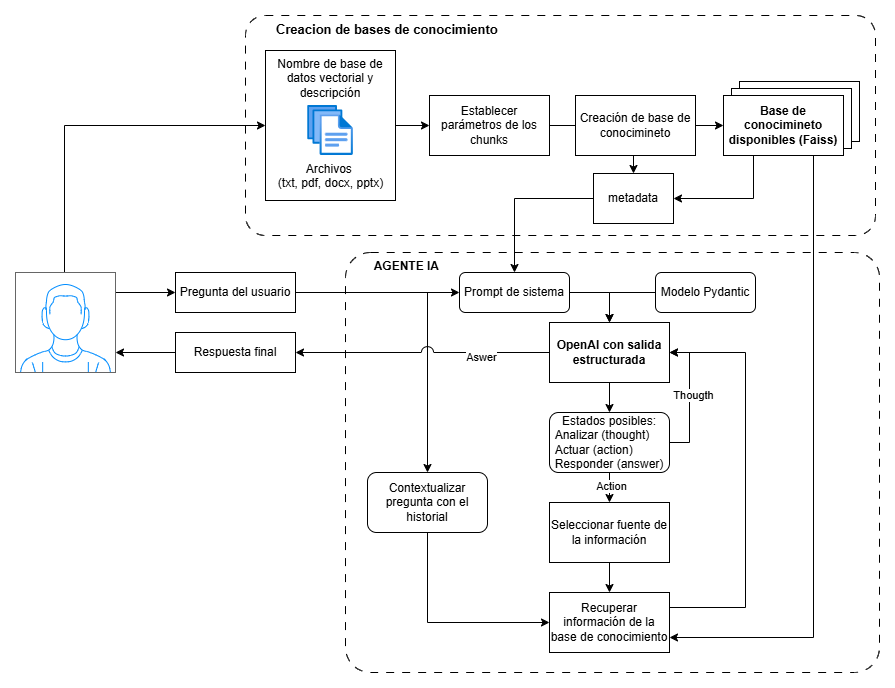
Juaniribet/NLP_II_MIA_FIUBA keeps this draw.io diagram as images/Diagrama_TP_NLPII.drawio.png. Above is the earlier version. Source tidied: cells renumbered, new cells last; positions are measured from the earlier drawing's top-left corner, leaving out a move shared by most shapes. Source of this version:
```xml
<mxGraphModel>
  <root>
    <mxCell id="0" />
    <mxCell id="1" parent="0" />
    <mxCell id="2" value="&lt;b&gt;&lt;font style=&quot;font-size: 13px;&quot;&gt;&lt;span style=&quot;white-space: pre;&quot;&gt;&#9;&lt;/span&gt;Creacion de bases de conocimiento&lt;/font&gt;&lt;/b&gt;" style="rounded=1;whiteSpace=wrap;html=1;dashed=1;dashPattern=8 8;fillColor=none;align=left;verticalAlign=top;arcSize=9;" parent="1" vertex="1">
      <mxGeometry x="230" width="630" height="220" as="geometry" />
    </mxCell>
    <mxCell id="3" style="rounded=0;whiteSpace=wrap;html=1;" parent="1" vertex="1">
      <mxGeometry x="724" y="66" width="120" height="60" as="geometry" />
    </mxCell>
    <mxCell id="4" style="rounded=0;whiteSpace=wrap;html=1;" parent="1" vertex="1">
      <mxGeometry x="716" y="73" width="120" height="60" as="geometry" />
    </mxCell>
    <mxCell id="5" value="&lt;span style=&quot;white-space: pre;&quot;&gt;&#9;&lt;/span&gt;&lt;b&gt;AGENTE IA&lt;/b&gt;" style="rounded=1;whiteSpace=wrap;html=1;dashed=1;dashPattern=8 8;fillColor=none;align=left;verticalAlign=top;arcSize=6;" parent="1" vertex="1">
      <mxGeometry x="330" y="237" width="534" height="420" as="geometry" />
    </mxCell>
    <mxCell id="6" style="edgeStyle=orthogonalEdgeStyle;rounded=0;jettySize=auto;html=1;entryX=0;entryY=0.5;entryDx=0;entryDy=0;exitX=0.49;exitY=0;exitDx=0;exitDy=0;exitPerimeter=0;" parent="1" edge="1" source="8" target="41">
      <mxGeometry relative="1" as="geometry" />
    </mxCell>
    <mxCell id="7" style="edgeStyle=orthogonalEdgeStyle;rounded=0;jettySize=auto;html=1;exitX=0.98;exitY=0.2;exitDx=0;exitDy=0;exitPerimeter=0;" parent="1" edge="1" source="8" target="19">
      <mxGeometry relative="1" as="geometry" />
    </mxCell>
    <mxCell id="8" style="verticalLabelPosition=bottom;shadow=0;dashed=0;align=center;html=1;verticalAlign=top;strokeWidth=1;shape=mxgraph.mockup.containers.userMale;strokeColor=#666666;strokeColor2=#008cff;" parent="1" vertex="1">
      <mxGeometry y="257" width="100" height="100" as="geometry" />
    </mxCell>
    <mxCell id="9" style="edgeStyle=orthogonalEdgeStyle;rounded=0;jettySize=auto;html=1;" parent="1" edge="1" source="41" target="14">
      <mxGeometry relative="1" as="geometry" />
    </mxCell>
    <mxCell id="10" style="edgeStyle=orthogonalEdgeStyle;rounded=0;jettySize=auto;html=1;entryX=1;entryY=0.5;entryDx=0;entryDy=0;exitX=0.25;exitY=1;exitDx=0;exitDy=0;" parent="1" edge="1" source="12" target="16">
      <mxGeometry relative="1" as="geometry" />
    </mxCell>
    <mxCell id="11" style="edgeStyle=orthogonalEdgeStyle;rounded=0;jettySize=auto;html=1;exitX=0.75;exitY=1;exitDx=0;exitDy=0;entryX=1;entryY=0.75;entryDx=0;entryDy=0;" parent="1" edge="1" source="12" target="28">
      <mxGeometry relative="1" as="geometry" />
    </mxCell>
    <mxCell id="12" value="Base de conocimineto&lt;div&gt;disponibles (Faiss)&lt;/div&gt;" style="rounded=0;whiteSpace=wrap;html=1;fontStyle=1;" parent="1" vertex="1">
      <mxGeometry x="708" y="80" width="120" height="60" as="geometry" />
    </mxCell>
    <mxCell id="13" style="edgeStyle=orthogonalEdgeStyle;rounded=0;jettySize=auto;html=1;" parent="1" edge="1" source="14" target="12">
      <mxGeometry relative="1" as="geometry" />
    </mxCell>
    <mxCell id="14" value="&lt;span id=&quot;docs-internal-guid-ed6aaa78-7fff-9d02-b408-c1e861b821a0&quot;&gt;&lt;span style=&quot;font-size: 9pt; font-family: Arial, sans-serif; font-variant-numeric: normal; font-variant-east-asian: normal; font-variant-alternates: normal; font-variant-position: normal; font-variant-emoji: normal; vertical-align: baseline; white-space-collapse: preserve;&quot;&gt;Establecer parámetros de los chunks&lt;/span&gt;&lt;/span&gt;" style="rounded=0;whiteSpace=wrap;html=1;" parent="1" vertex="1">
      <mxGeometry x="414" y="80" width="120" height="60" as="geometry" />
    </mxCell>
    <mxCell id="15" style="edgeStyle=orthogonalEdgeStyle;rounded=0;jettySize=auto;html=1;exitX=0;exitY=0.5;exitDx=0;exitDy=0;" parent="1" edge="1" source="16" target="38">
      <mxGeometry relative="1" as="geometry" />
    </mxCell>
    <mxCell id="16" value="metadata" style="rounded=0;whiteSpace=wrap;html=1;" parent="1" vertex="1">
      <mxGeometry x="578" y="158" width="80" height="50" as="geometry" />
    </mxCell>
    <mxCell id="17" style="edgeStyle=orthogonalEdgeStyle;rounded=0;jettySize=auto;html=1;entryX=0;entryY=0.5;entryDx=0;entryDy=0;" parent="1" edge="1" source="19" target="38">
      <mxGeometry relative="1" as="geometry" />
    </mxCell>
    <mxCell id="18" style="edgeStyle=orthogonalEdgeStyle;rounded=0;jettySize=auto;html=1;entryX=0.5;entryY=0;entryDx=0;entryDy=0;jumpStyle=arc;" parent="1" edge="1" source="19" target="30">
      <mxGeometry relative="1" as="geometry" />
    </mxCell>
    <mxCell id="19" value="Pregunta del usuario" style="rounded=0;whiteSpace=wrap;html=1;" parent="1" vertex="1">
      <mxGeometry x="160" y="257" width="120" height="40" as="geometry" />
    </mxCell>
    <mxCell id="20" style="edgeStyle=orthogonalEdgeStyle;rounded=0;jettySize=auto;html=1;" parent="1" edge="1" source="24" target="26">
      <mxGeometry relative="1" as="geometry" />
    </mxCell>
    <mxCell id="21" value="Action" style="edgeLabel;html=1;align=center;verticalAlign=middle;" parent="20" vertex="1">
      <mxGeometry x="0.32" y="1" relative="1" as="geometry" />
    </mxCell>
    <mxCell id="22" style="edgeStyle=orthogonalEdgeStyle;rounded=0;jettySize=auto;html=1;entryX=1;entryY=0.5;entryDx=0;entryDy=0;exitX=1;exitY=0.5;exitDx=0;exitDy=0;" parent="1" edge="1" source="24" target="34">
      <mxGeometry relative="1" as="geometry" />
    </mxCell>
    <mxCell id="23" value="Thougth" style="edgeLabel;html=1;align=center;verticalAlign=middle;" parent="22" vertex="1">
      <mxGeometry x="0.05" y="-3" relative="1" as="geometry" />
    </mxCell>
    <mxCell id="24" value="&lt;span style=&quot;text-align: left;&quot;&gt;Estados posibles:&lt;/span&gt;&lt;div style=&quot;text-align: left;&quot;&gt;Analizar (thought)&lt;span style=&quot;white-space: pre;&quot;&gt;&#9;&lt;/span&gt;&lt;/div&gt;&lt;div style=&quot;text-align: left;&quot;&gt;Actuar (action)&lt;/div&gt;&lt;div style=&quot;text-align: left;&quot;&gt;Responder (answer)&lt;/div&gt;" style="rounded=1;whiteSpace=wrap;html=1;" parent="1" vertex="1">
      <mxGeometry x="534" y="397" width="120" height="60" as="geometry" />
    </mxCell>
    <mxCell id="25" style="edgeStyle=orthogonalEdgeStyle;rounded=0;jettySize=auto;html=1;" parent="1" edge="1" source="26" target="28">
      <mxGeometry relative="1" as="geometry" />
    </mxCell>
    <mxCell id="26" value="Seleccionar fuente de la información" style="rounded=0;whiteSpace=wrap;html=1;" parent="1" vertex="1">
      <mxGeometry x="534" y="487" width="120" height="60" as="geometry" />
    </mxCell>
    <mxCell id="27" style="edgeStyle=orthogonalEdgeStyle;rounded=0;jettySize=auto;html=1;exitX=1;exitY=0.25;exitDx=0;exitDy=0;entryX=1;entryY=0.5;entryDx=0;entryDy=0;" parent="1" edge="1" source="28" target="34">
      <mxGeometry relative="1" as="geometry">
        <Array as="points">
          <mxPoint x="730" y="592" />
          <mxPoint x="730" y="337" />
        </Array>
      </mxGeometry>
    </mxCell>
    <mxCell id="28" value="&lt;span id=&quot;docs-internal-guid-140d61fb-7fff-6d55-c443-139970717f91&quot;&gt;&lt;span style=&quot;font-size: 9pt; font-family: Arial, sans-serif; font-variant-numeric: normal; font-variant-east-asian: normal; font-variant-alternates: normal; font-variant-position: normal; font-variant-emoji: normal; vertical-align: baseline; white-space-collapse: preserve;&quot;&gt;Recuperar información de la base de conocimiento&lt;/span&gt;&lt;/span&gt;" style="whiteSpace=wrap;html=1;rounded=0;" parent="1" vertex="1">
      <mxGeometry x="534" y="577" width="120" height="60" as="geometry" />
    </mxCell>
    <mxCell id="29" style="edgeStyle=orthogonalEdgeStyle;rounded=0;jettySize=auto;html=1;entryX=0;entryY=0.5;entryDx=0;entryDy=0;exitX=0.5;exitY=1;exitDx=0;exitDy=0;" parent="1" edge="1" source="30" target="28">
      <mxGeometry relative="1" as="geometry" />
    </mxCell>
    <mxCell id="30" value="Contextualizar pregunta con el historial" style="rounded=1;whiteSpace=wrap;html=1;" parent="1" vertex="1">
      <mxGeometry x="352" y="457" width="120" height="60" as="geometry" />
    </mxCell>
    <mxCell id="31" style="edgeStyle=orthogonalEdgeStyle;rounded=0;jettySize=auto;html=1;" parent="1" edge="1" source="34" target="24">
      <mxGeometry relative="1" as="geometry" />
    </mxCell>
    <mxCell id="32" style="edgeStyle=orthogonalEdgeStyle;rounded=0;jettySize=auto;html=1;entryX=1;entryY=0.5;entryDx=0;entryDy=0;jumpStyle=arc;jumpSize=12;" parent="1" edge="1" source="34" target="39">
      <mxGeometry relative="1" as="geometry" />
    </mxCell>
    <mxCell id="33" value="Aswer" style="edgeLabel;html=1;align=center;verticalAlign=middle;labelPosition=center;verticalLabelPosition=middle;" parent="32" vertex="1">
      <mxGeometry x="-0.46" y="4" relative="1" as="geometry" />
    </mxCell>
    <mxCell id="34" value="OpenAI con salida estructurada" style="rounded=0;whiteSpace=wrap;html=1;fontStyle=1;" parent="1" vertex="1">
      <mxGeometry x="534" y="307" width="120" height="60" as="geometry" />
    </mxCell>
    <mxCell id="35" style="edgeStyle=orthogonalEdgeStyle;rounded=0;jettySize=auto;html=1;entryX=0.5;entryY=0;entryDx=0;entryDy=0;exitX=0;exitY=0.5;exitDx=0;exitDy=0;" parent="1" edge="1" source="36" target="34">
      <mxGeometry relative="1" as="geometry" />
    </mxCell>
    <mxCell id="36" value="&lt;div style=&quot;text-align: left;&quot;&gt;&lt;span style=&quot;background-color: transparent; color: light-dark(rgb(0, 0, 0), rgb(255, 255, 255));&quot;&gt;Modelo Pydantic&lt;/span&gt;&lt;/div&gt;" style="rounded=1;whiteSpace=wrap;html=1;" parent="1" vertex="1">
      <mxGeometry x="640" y="257" width="100" height="40" as="geometry" />
    </mxCell>
    <mxCell id="37" style="edgeStyle=orthogonalEdgeStyle;rounded=0;jettySize=auto;html=1;exitX=1;exitY=0.5;exitDx=0;exitDy=0;" parent="1" edge="1" source="38" target="34">
      <mxGeometry relative="1" as="geometry" />
    </mxCell>
    <mxCell id="38" value="&lt;div style=&quot;text-align: left;&quot;&gt;&lt;span style=&quot;background-color: transparent; color: light-dark(rgb(0, 0, 0), rgb(255, 255, 255));&quot;&gt;Prompt de sistema&lt;/span&gt;&lt;/div&gt;" style="rounded=1;whiteSpace=wrap;html=1;" parent="1" vertex="1">
      <mxGeometry x="444" y="257" width="110" height="40" as="geometry" />
    </mxCell>
    <mxCell id="39" value="Respuesta final" style="rounded=0;whiteSpace=wrap;html=1;" parent="1" vertex="1">
      <mxGeometry x="160" y="317" width="120" height="40" as="geometry" />
    </mxCell>
    <mxCell id="40" style="group;" parent="1" vertex="1">
      <mxGeometry x="250" y="35" width="130" height="150" as="geometry" />
    </mxCell>
    <mxCell id="41" value="Nombre de base de datos vectorial y descripción" style="rounded=0;whiteSpace=wrap;html=1;verticalAlign=top;" parent="40" vertex="1">
      <mxGeometry width="130" height="150" as="geometry" />
    </mxCell>
    <mxCell id="42" value="Archivos&amp;nbsp;&lt;div&gt;(txt, pdf, docx, pptx)&lt;/div&gt;" style="image;html=1;align=center;fontSize=12;image=img/lib/azure2/general/Files.svg;" parent="40" vertex="1">
      <mxGeometry x="42.1" y="55" width="45.7" height="50" as="geometry" />
    </mxCell>
    <mxCell id="43" style="edgeStyle=orthogonalEdgeStyle;rounded=0;jettySize=auto;html=1;entryX=1;entryY=0.8;entryDx=0;entryDy=0;entryPerimeter=0;" parent="1" edge="1" source="39" target="8">
      <mxGeometry relative="1" as="geometry" />
    </mxCell>
    <mxCell id="44" style="edgeStyle=orthogonalEdgeStyle;rounded=0;jettySize=auto;html=1;exitX=0.5;exitY=1;exitDx=0;exitDy=0;entryX=0.5;entryY=0;entryDx=0;entryDy=0;" parent="1" edge="1" source="45" target="16">
      <mxGeometry relative="1" as="geometry" />
    </mxCell>
    <mxCell id="45" value="Creación de base de conocimineto" style="rounded=0;whiteSpace=wrap;html=1;" parent="1" vertex="1">
      <mxGeometry x="560" y="80" width="120" height="60" as="geometry" />
    </mxCell>
  </root>
</mxGraphModel>
```
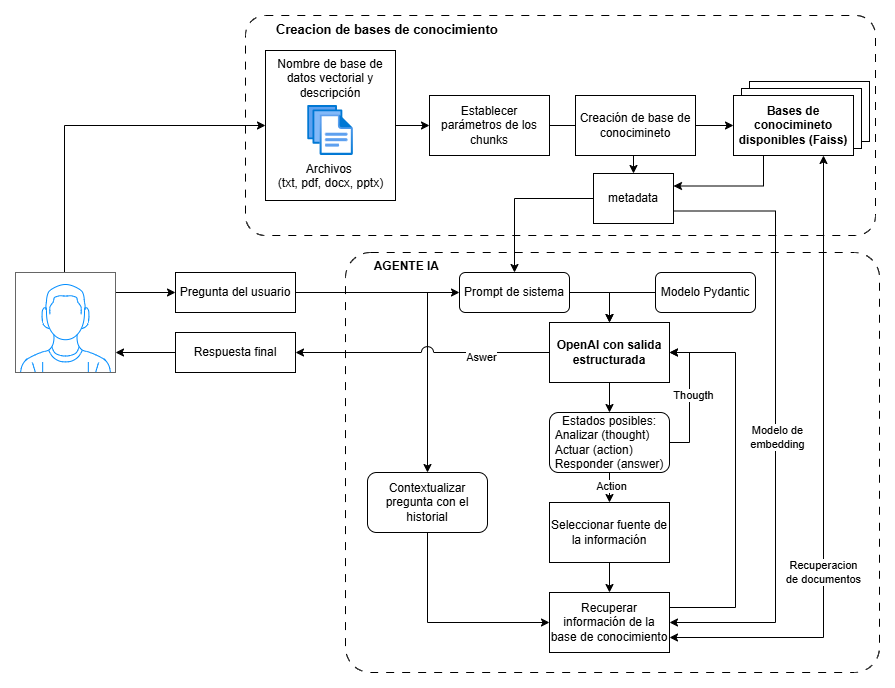
The same diagram one commit later.

Diff of the diagram source:
```diff
@@ -6,10 +6,10 @@
       <mxGeometry x="230" width="630" height="220" as="geometry" />
     </mxCell>
     <mxCell id="3" style="rounded=0;whiteSpace=wrap;html=1;" parent="1" vertex="1">
-      <mxGeometry x="724" y="66" width="120" height="60" as="geometry" />
+      <mxGeometry x="734" y="66" width="120" height="60" as="geometry" />
     </mxCell>
     <mxCell id="4" style="rounded=0;whiteSpace=wrap;html=1;" parent="1" vertex="1">
-      <mxGeometry x="716" y="73" width="120" height="60" as="geometry" />
+      <mxGeometry x="726" y="73" width="120" height="60" as="geometry" />
     </mxCell>
     <mxCell id="5" value="&lt;span style=&quot;white-space: pre;&quot;&gt;&#9;&lt;/span&gt;&lt;b&gt;AGENTE IA&lt;/b&gt;" style="rounded=1;whiteSpace=wrap;html=1;dashed=1;dashPattern=8 8;fillColor=none;align=left;verticalAlign=top;arcSize=6;" parent="1" vertex="1">
       <mxGeometry x="330" y="237" width="534" height="420" as="geometry" />
@@ -26,14 +26,19 @@
     <mxCell id="9" style="edgeStyle=orthogonalEdgeStyle;rounded=0;jettySize=auto;html=1;" parent="1" edge="1" source="41" target="14">
       <mxGeometry relative="1" as="geometry" />
     </mxCell>
-    <mxCell id="10" style="edgeStyle=orthogonalEdgeStyle;rounded=0;jettySize=auto;html=1;entryX=1;entryY=0.5;entryDx=0;entryDy=0;exitX=0.25;exitY=1;exitDx=0;exitDy=0;" parent="1" edge="1" source="12" target="16">
+    <mxCell id="10" style="edgeStyle=orthogonalEdgeStyle;rounded=0;jettySize=auto;html=1;entryX=1;entryY=0.25;entryDx=0;entryDy=0;exitX=0.25;exitY=1;exitDx=0;exitDy=0;" parent="1" edge="1" source="12" target="16">
       <mxGeometry relative="1" as="geometry" />
     </mxCell>
-    <mxCell id="11" style="edgeStyle=orthogonalEdgeStyle;rounded=0;jettySize=auto;html=1;exitX=0.75;exitY=1;exitDx=0;exitDy=0;entryX=1;entryY=0.75;entryDx=0;entryDy=0;" parent="1" edge="1" source="12" target="28">
+    <mxCell id="11" style="edgeStyle=orthogonalEdgeStyle;rounded=0;jettySize=auto;html=1;exitX=0.75;exitY=1;exitDx=0;exitDy=0;entryX=1;entryY=0.75;entryDx=0;entryDy=0;startArrow=classic;startFill=1;" parent="1" edge="1" source="12" target="28">
       <mxGeometry relative="1" as="geometry" />
     </mxCell>
+    <mxCell id="46" value="Recuperacion&lt;div&gt;de documentos&lt;/div&gt;" style="edgeLabel;html=1;align=center;verticalAlign=middle;" parent="11" vertex="1">
+      <mxGeometry x="-0.25" y="1" relative="1" as="geometry">
+        <mxPoint x="-2" y="178" as="offset" />
+      </mxGeometry>
+    </mxCell>
-    <mxCell id="12" value="Base de conocimineto&lt;div&gt;disponibles (Faiss)&lt;/div&gt;" style="rounded=0;whiteSpace=wrap;html=1;fontStyle=1;" parent="1" vertex="1">
-      <mxGeometry x="708" y="80" width="120" height="60" as="geometry" />
+    <mxCell id="12" value="Bases de conocimineto&lt;div&gt;disponibles (Faiss)&lt;/div&gt;" style="rounded=0;whiteSpace=wrap;html=1;fontStyle=1;" parent="1" vertex="1">
+      <mxGeometry x="718" y="80" width="120" height="60" as="geometry" />
     </mxCell>
     <mxCell id="13" style="edgeStyle=orthogonalEdgeStyle;rounded=0;jettySize=auto;html=1;" parent="1" edge="1" source="14" target="12">
       <mxGeometry relative="1" as="geometry" />
@@ -44,6 +49,19 @@
     <mxCell id="15" style="edgeStyle=orthogonalEdgeStyle;rounded=0;jettySize=auto;html=1;exitX=0;exitY=0.5;exitDx=0;exitDy=0;" parent="1" edge="1" source="16" target="38">
       <mxGeometry relative="1" as="geometry" />
     </mxCell>
+    <mxCell id="47" style="edgeStyle=orthogonalEdgeStyle;rounded=0;jettySize=auto;html=1;exitX=1;exitY=0.75;exitDx=0;exitDy=0;entryX=1;entryY=0.5;entryDx=0;entryDy=0;" parent="1" edge="1" source="16" target="28">
+      <mxGeometry relative="1" as="geometry">
+        <Array as="points">
+          <mxPoint x="760" y="196" />
+          <mxPoint x="760" y="607" />
+        </Array>
+      </mxGeometry>
+    </mxCell>
+    <mxCell id="48" value="Modelo de&lt;div&gt;embedding&lt;/div&gt;" style="edgeLabel;html=1;align=center;verticalAlign=middle;" parent="47" vertex="1">
+      <mxGeometry x="0.06" y="1" relative="1" as="geometry">
+        <mxPoint y="1" as="offset" />
+      </mxGeometry>
+    </mxCell>
     <mxCell id="16" value="metadata" style="rounded=0;whiteSpace=wrap;html=1;" parent="1" vertex="1">
       <mxGeometry x="578" y="158" width="80" height="50" as="geometry" />
     </mxCell>
@@ -80,8 +98,8 @@
     <mxCell id="27" style="edgeStyle=orthogonalEdgeStyle;rounded=0;jettySize=auto;html=1;exitX=1;exitY=0.25;exitDx=0;exitDy=0;entryX=1;entryY=0.5;entryDx=0;entryDy=0;" parent="1" edge="1" source="28" target="34">
       <mxGeometry relative="1" as="geometry">
         <Array as="points">
-          <mxPoint x="730" y="592" />
-          <mxPoint x="730" y="337" />
+          <mxPoint x="720" y="592" />
+          <mxPoint x="720" y="337" />
         </Array>
       </mxGeometry>
     </mxCell>
```
